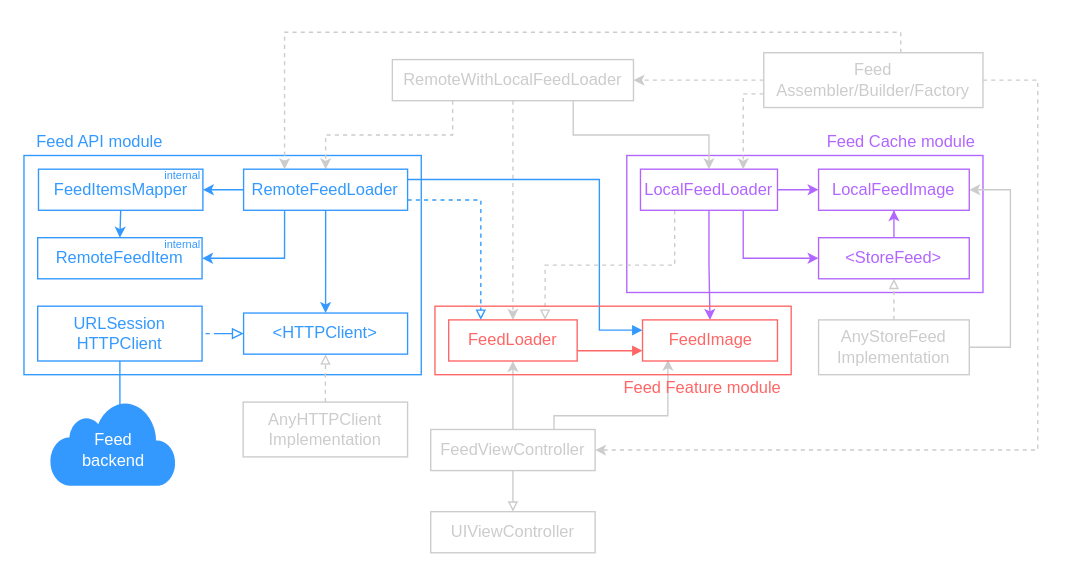
Before: Singleton2.drawio in firerainky/EssentialFeed, a draw.io diagram. Source tidied: cells renumbered, new cells numbered last; positions are measured from the earlier drawing's top-left corner, leaving out a move shared by most shapes. Both pictures are drawn from the tidied source at 137%, with x=0, y=0 at pixel (23, 32).
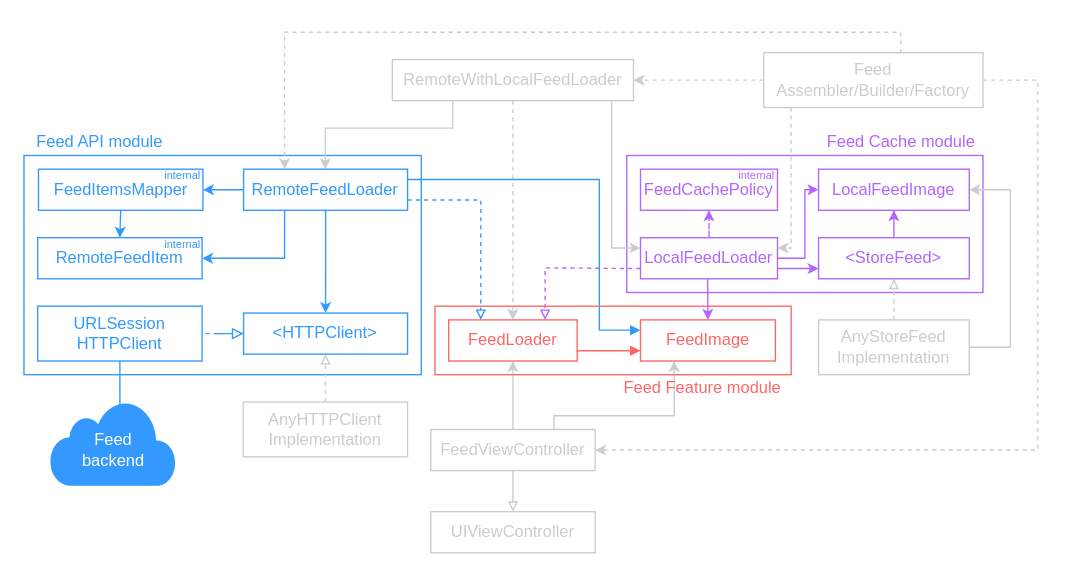
The same page after the edit.

The change refers to these unchanged cells:
```xml
<mxCell id="5" value="FeedViewController" style="rounded=0;whiteSpace=wrap;html=1;rotation=0;fillColor=none;strokeColor=#CCCCCC;fontColor=#CCCCCC;" parent="1" vertex="1">
  <mxGeometry x="296.9" y="290" width="120" height="30" as="geometry" />
</mxCell>
<mxCell id="9" value="RemoteWithLocalFeedLoader" style="rounded=0;whiteSpace=wrap;html=1;rotation=0;fillColor=none;strokeColor=#CCCCCC;fontColor=#CCCCCC;" parent="1" vertex="1">
  <mxGeometry x="268.9" y="20" width="176" height="30" as="geometry" />
</mxCell>
<mxCell id="25" value="RemoteFeedLoader" style="rounded=0;whiteSpace=wrap;html=1;gradientColor=#ffffff;rotation=0;strokeColor=#3399FF;fontColor=#3399FF;fillColor=none;" parent="1" vertex="1">
  <mxGeometry x="160.3" y="100" width="119.7" height="30" as="geometry" />
</mxCell>
<mxCell id="40" value="&amp;lt;StoreFeed&amp;gt;" style="rounded=0;whiteSpace=wrap;html=1;gradientColor=#ffffff;rotation=0;fontColor=#B266FF;strokeColor=#B266FF;fillColor=none;strokeWidth=1;" parent="1" vertex="1">
  <mxGeometry x="580" y="150" width="110" height="30" as="geometry" />
</mxCell>
<mxCell id="41" value="LocalFeedImage" style="rounded=0;whiteSpace=wrap;html=1;gradientColor=#ffffff;rotation=0;fontColor=#B266FF;strokeColor=#B266FF;fillColor=none;strokeWidth=1;" parent="1" vertex="1">
  <mxGeometry x="580" y="100" width="110" height="30" as="geometry" />
</mxCell>
<mxCell id="47" value="FeedLoader" style="rounded=0;whiteSpace=wrap;html=1;rotation=0;fillColor=none;strokeColor=#FF6666;fontColor=#FF6666;" parent="1" vertex="1">
  <mxGeometry x="310" y="210" width="93.8" height="30" as="geometry" />
</mxCell>
<mxCell id="56" value="Feed Assembler/Builder/Factory" style="rounded=0;whiteSpace=wrap;html=1;rotation=0;fillColor=none;strokeColor=#CCCCCC;fontColor=#CCCCCC;" parent="1" vertex="1">
  <mxGeometry x="540" y="15" width="160" height="40" as="geometry" />
</mxCell>
```

The edit, as a diff of the source:
```diff
@@
-    <mxCell id="7" style="edgeStyle=orthogonalEdgeStyle;rounded=0;jettySize=auto;html=1;endArrow=classic;endFill=1;exitX=0.75;exitY=1;exitDx=0;exitDy=0;entryX=0.5;entryY=0;entryDx=0;entryDy=0;rotation=0;strokeColor=#CCCCCC;endSize=5;" parent="1" edge="1" source="9" target="39">
-      <mxGeometry relative="1" as="geometry" />
+    <mxCell id="7" style="edgeStyle=orthogonalEdgeStyle;rounded=0;jettySize=auto;html=1;endArrow=classic;endFill=1;entryX=0;entryY=0.25;entryDx=0;entryDy=0;rotation=0;strokeColor=#CCCCCC;endSize=5;" parent="1" edge="1" source="9" target="39">
+      <mxGeometry relative="1" as="geometry">
+        <Array as="points">
+          <mxPoint x="429" y="158" />
+        </Array>
+      </mxGeometry>
     </mxCell>
@@
-    <mxCell id="10" style="edgeStyle=orthogonalEdgeStyle;jettySize=auto;html=1;endArrow=classic;endFill=1;exitX=0.25;exitY=1;exitDx=0;exitDy=0;rotation=0;dashed=1;strokeColor=#CCCCCC;rounded=0;endSize=5;" parent="1" edge="1" source="9" target="25">
-      <mxGeometry relative="1" as="geometry" />
+    <mxCell id="10" style="edgeStyle=orthogonalEdgeStyle;jettySize=auto;html=1;endArrow=classic;endFill=1;exitX=0.25;exitY=1;exitDx=0;exitDy=0;rotation=0;strokeColor=#CCCCCC;rounded=0;endSize=5;" parent="1" edge="1" source="9" target="25">
+      <mxGeometry relative="1" as="geometry">
+        <Array as="points">
+          <mxPoint x="313" y="70" />
+          <mxPoint x="220" y="70" />
+        </Array>
+      </mxGeometry>
     </mxCell>
@@
-    <mxCell id="16" style="edgeStyle=orthogonalEdgeStyle;rounded=0;jettySize=auto;html=1;exitX=0.75;exitY=0;exitDx=0;exitDy=0;startArrow=none;startFill=0;endArrow=classic;endFill=1;strokeColor=#CCCCCC;rotation=0;entryX=0.188;entryY=0.967;entryDx=0;entryDy=0;entryPerimeter=0;endSize=5;" parent="1" edge="1" source="5" target="48">
+    <mxCell id="16" style="edgeStyle=orthogonalEdgeStyle;rounded=0;jettySize=auto;html=1;exitX=0.75;exitY=0;exitDx=0;exitDy=0;startArrow=none;startFill=0;endArrow=classic;endFill=1;strokeColor=#CCCCCC;rotation=0;entryX=0.25;entryY=1;entryDx=0;entryDy=0;endSize=5;" parent="1" edge="1" source="5" target="48">
       <mxGeometry relative="1" as="geometry">
         <Array as="points">
           <mxPoint x="387" y="280" />
-          <mxPoint x="470" y="280" />
+          <mxPoint x="475" y="280" />
         </Array>
       </mxGeometry>
     </mxCell>
-    <mxCell id="17" style="edgeStyle=orthogonalEdgeStyle;rounded=0;jettySize=auto;html=1;entryX=0.75;entryY=0;entryDx=0;entryDy=0;startArrow=none;startFill=0;endArrow=block;endFill=0;dashed=1;strokeColor=#CCCCCC;rotation=0;exitX=0.25;exitY=1;exitDx=0;exitDy=0;endSize=5;" parent="1" edge="1" source="39" target="47">
-      <mxGeometry relative="1" as="geometry" />
+    <mxCell id="17" style="edgeStyle=orthogonalEdgeStyle;rounded=0;jettySize=auto;html=1;entryX=0.75;entryY=0;entryDx=0;entryDy=0;startArrow=none;startFill=0;endArrow=block;endFill=0;dashed=1;rotation=0;exitX=0;exitY=0.75;exitDx=0;exitDy=0;endSize=5;strokeColor=#B266FF;" parent="1" edge="1" source="39" target="47">
+      <mxGeometry relative="1" as="geometry">
+        <Array as="points">
+          <mxPoint x="440" y="172" />
+          <mxPoint x="380" y="172" />
+        </Array>
+      </mxGeometry>
     </mxCell>
-    <mxCell id="18" style="edgeStyle=orthogonalEdgeStyle;rounded=0;jettySize=auto;html=1;entryX=0.5;entryY=0;entryDx=0;entryDy=0;startArrow=none;startFill=0;endArrow=classic;endFill=1;rotation=0;strokeColor=#B266FF;endSize=5;" parent="1" edge="1" source="39" target="48">
-      <mxGeometry relative="1" as="geometry" />
+    <mxCell id="18" style="edgeStyle=orthogonalEdgeStyle;rounded=0;jettySize=auto;html=1;entryX=0.5;entryY=0;entryDx=0;entryDy=0;startArrow=none;startFill=0;endArrow=classic;endFill=1;rotation=0;strokeColor=#B266FF;endSize=5;" parent="1" edge="1" target="48">
+      <mxGeometry relative="1" as="geometry">
+        <mxPoint x="499" y="180" as="sourcePoint" />
+      </mxGeometry>
     </mxCell>
@@
+    <mxCell id="59" style="edgeStyle=orthogonalEdgeStyle;rounded=0;jettySize=auto;html=1;fontSize=12;fontColor=#CCCCCC;endArrow=classic;endFill=1;endSize=5;strokeColor=#B266FF;strokeWidth=1;dashed=1;" parent="1" edge="1" source="39" target="60">
+      <mxGeometry relative="1" as="geometry" />
+    </mxCell>
     <mxCell id="39" value="LocalFeedLoader" style="rounded=0;whiteSpace=wrap;html=1;gradientColor=#ffffff;rotation=0;fontColor=#B266FF;strokeColor=#B266FF;fillColor=none;strokeWidth=1;fontStyle=0;" parent="1" vertex="1">
-      <mxGeometry x="450" y="100" width="100" height="30" as="geometry" />
+      <mxGeometry x="450" y="150" width="100" height="30" as="geometry" />
     </mxCell>
@@
-    <mxCell id="43" style="edgeStyle=orthogonalEdgeStyle;rounded=0;jettySize=auto;html=1;entryX=0;entryY=0.5;entryDx=0;entryDy=0;startArrow=none;startFill=0;endArrow=classic;endFill=1;exitX=0.75;exitY=1;exitDx=0;exitDy=0;rotation=0;strokeColor=#B266FF;strokeWidth=1;endSize=5;" parent="1" edge="1" source="39" target="40">
-      <mxGeometry x="350" y="160" as="geometry" />
+    <mxCell id="43" style="edgeStyle=orthogonalEdgeStyle;rounded=0;jettySize=auto;html=1;startArrow=none;startFill=0;endArrow=classic;endFill=1;exitX=1;exitY=0.75;exitDx=0;exitDy=0;rotation=0;strokeColor=#B266FF;strokeWidth=1;endSize=5;" parent="1" edge="1" source="39">
+      <mxGeometry x="350" y="160" as="geometry">
+        <mxPoint x="580" y="172" as="targetPoint" />
+      </mxGeometry>
     </mxCell>
@@
-    <mxCell id="45" style="edgeStyle=orthogonalEdgeStyle;rounded=0;jettySize=auto;html=1;startArrow=none;startFill=0;endArrow=classic;endFill=1;rotation=0;strokeColor=#B266FF;strokeWidth=1;endSize=5;" parent="1" edge="1" source="39" target="41">
-      <mxGeometry x="350" y="160" as="geometry" />
+    <mxCell id="45" style="edgeStyle=orthogonalEdgeStyle;rounded=0;jettySize=auto;html=1;startArrow=none;startFill=0;endArrow=classic;endFill=1;rotation=0;strokeColor=#B266FF;strokeWidth=1;endSize=5;exitX=1;exitY=0.5;exitDx=0;exitDy=0;" parent="1" edge="1" source="39" target="41">
+      <mxGeometry x="350" y="160" as="geometry">
+        <Array as="points">
+          <mxPoint x="570" y="165" />
+          <mxPoint x="570" y="115" />
+        </Array>
+      </mxGeometry>
     </mxCell>
@@
     <mxCell id="48" value="FeedImage" style="rounded=0;whiteSpace=wrap;html=1;rotation=0;fillColor=none;strokeWidth=1;strokeColor=#FF6666;fontColor=#FF6666;" parent="1" vertex="1">
-      <mxGeometry x="451.5" y="210" width="98.5" height="30" as="geometry" />
+      <mxGeometry x="450" y="210" width="98.5" height="30" as="geometry" />
     </mxCell>
@@
-    <mxCell id="53" style="edgeStyle=orthogonalEdgeStyle;rounded=0;jettySize=auto;html=1;exitX=0;exitY=0.75;exitDx=0;exitDy=0;entryX=0.75;entryY=0;entryDx=0;entryDy=0;dashed=1;fontSize=12;fontColor=#CCCCCC;endArrow=classic;endFill=1;endSize=5;strokeColor=#CCCCCC;strokeWidth=1;" parent="1" edge="1" source="56" target="39">
+    <mxCell id="53" style="edgeStyle=orthogonalEdgeStyle;rounded=0;jettySize=auto;html=1;exitX=0.124;exitY=0.995;exitDx=0;exitDy=0;dashed=1;fontSize=12;fontColor=#CCCCCC;endArrow=classic;endFill=1;endSize=5;strokeColor=#CCCCCC;strokeWidth=1;entryX=1;entryY=0.25;entryDx=0;entryDy=0;exitPerimeter=0;" parent="1" edge="1" source="56" target="39">
       <mxGeometry relative="1" as="geometry">
         <Array as="points">
-          <mxPoint x="525" y="45" />
+          <mxPoint x="560" y="70" />
+          <mxPoint x="560" y="70" />
+          <mxPoint x="560" y="158" />
         </Array>
       </mxGeometry>
     </mxCell>
@@
+    <mxCell id="60" value="FeedCachePolicy" style="rounded=0;whiteSpace=wrap;html=1;gradientColor=#ffffff;rotation=0;fontColor=#B266FF;strokeColor=#B266FF;fillColor=none;strokeWidth=1;fontStyle=0;" parent="1" vertex="1">
+      <mxGeometry x="450" y="100" width="100" height="30" as="geometry" />
+    </mxCell>
+    <mxCell id="61" value="internal" style="text;html=1;strokeColor=none;fillColor=none;align=center;verticalAlign=middle;whiteSpace=wrap;rounded=0;fontSize=8;fontColor=#B266FF;" parent="1" vertex="1">
+      <mxGeometry x="520" y="100" width="30" height="10" as="geometry" />
+    </mxCell>
```
